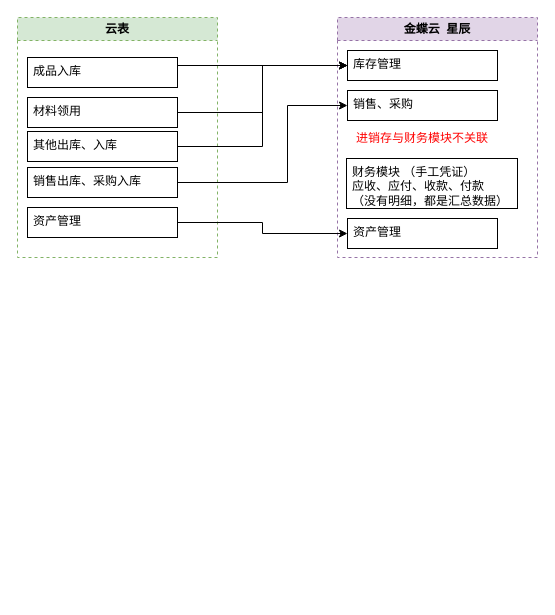
Before: build/未命名绘图.drawio in manson-yu/desktop-app, a draw.io diagram. Source tidied: cells renumbered, new cells numbered last; positions are measured from the earlier drawing's top-left corner, leaving out a move shared by most shapes. Both pictures are drawn from the tidied source at 100%, with x=0, y=0 at pixel (17, 17).
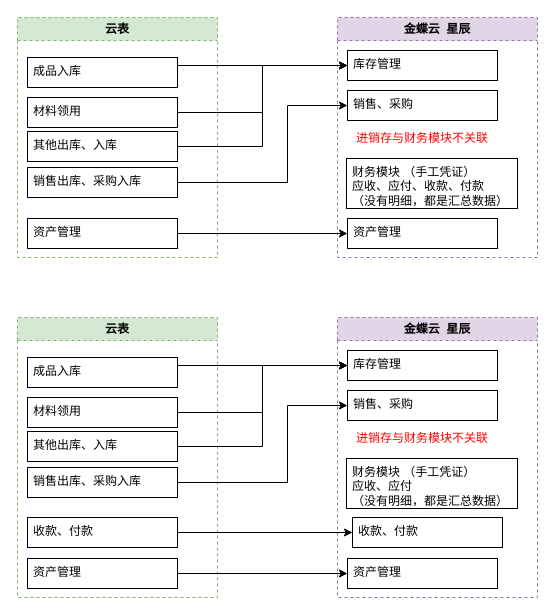
The same diagram, later.

Commit message (it also covers changes not shown here):
更新未命名绘图.drawio

Unchanged cells that the change refers to:
```xml
<mxCell id="2" value="云表" style="swimlane;whiteSpace=wrap;html=1;dashed=1;fillColor=#d5e8d4;strokeColor=#82b366;" parent="1" vertex="1">
  <mxGeometry width="200" height="240" as="geometry" />
</mxCell>
```

What changed in the source:
```diff
@@
     <mxCell id="7" value="资产管理&lt;div&gt;&lt;br&gt;&lt;/div&gt;" style="text;spacingLeft=4;spacingRight=4;overflow=hidden;points=[[0,0.5],[1,0.5]];portConstraint=eastwest;fontSize=12;whiteSpace=wrap;html=1;strokeColor=default;" parent="2" vertex="1">
-      <mxGeometry x="10" y="190" width="150" height="30" as="geometry" />
+      <mxGeometry x="10" y="201" width="150" height="30" as="geometry" />
     </mxCell>
@@
+    <mxCell id="19" value="云表" style="swimlane;whiteSpace=wrap;html=1;dashed=1;fillColor=#d5e8d4;strokeColor=#82b366;" parent="1" vertex="1">
+      <mxGeometry y="300" width="200" height="280" as="geometry" />
+    </mxCell>
+    <mxCell id="20" value="成品入库&lt;div&gt;&lt;br&gt;&lt;/div&gt;" style="text;spacingLeft=4;spacingRight=4;overflow=hidden;points=[[0,0.5],[1,0.5]];portConstraint=eastwest;fontSize=12;whiteSpace=wrap;html=1;strokeColor=default;" parent="19" vertex="1">
+      <mxGeometry x="10" y="40" width="150" height="30" as="geometry" />
+    </mxCell>
+    <mxCell id="21" value="其他出库、入库&lt;div&gt;&lt;br&gt;&lt;/div&gt;" style="text;spacingLeft=4;spacingRight=4;overflow=hidden;points=[[0,0.5],[1,0.5]];portConstraint=eastwest;fontSize=12;whiteSpace=wrap;html=1;strokeColor=default;" parent="19" vertex="1">
+      <mxGeometry x="10" y="114" width="150" height="30" as="geometry" />
+    </mxCell>
+    <mxCell id="22" value="材料领用" style="text;spacingLeft=4;spacingRight=4;overflow=hidden;points=[[0,0.5],[1,0.5]];portConstraint=eastwest;fontSize=12;whiteSpace=wrap;html=1;strokeColor=default;" parent="19" vertex="1">
+      <mxGeometry x="10" y="80" width="150" height="30" as="geometry" />
+    </mxCell>
+    <mxCell id="23" value="销售出库、采购入库&lt;div&gt;&lt;br&gt;&lt;/div&gt;" style="text;spacingLeft=4;spacingRight=4;overflow=hidden;points=[[0,0.5],[1,0.5]];portConstraint=eastwest;fontSize=12;whiteSpace=wrap;html=1;strokeColor=default;" parent="19" vertex="1">
+      <mxGeometry x="10" y="150" width="150" height="30" as="geometry" />
+    </mxCell>
+    <mxCell id="24" value="收款、付款&lt;div&gt;&lt;br&gt;&lt;/div&gt;" style="text;spacingLeft=4;spacingRight=4;overflow=hidden;points=[[0,0.5],[1,0.5]];portConstraint=eastwest;fontSize=12;whiteSpace=wrap;html=1;strokeColor=default;" parent="19" vertex="1">
+      <mxGeometry x="10" y="200" width="150" height="30" as="geometry" />
+    </mxCell>
+    <mxCell id="25" value="金蝶云&amp;nbsp; 星辰" style="swimlane;whiteSpace=wrap;html=1;dashed=1;fillColor=#e1d5e7;strokeColor=#9673a6;" parent="1" vertex="1">
+      <mxGeometry x="320" y="300" width="200" height="280" as="geometry" />
+    </mxCell>
+    <mxCell id="26" value="库存管理&lt;div&gt;&lt;br&gt;&lt;/div&gt;" style="text;spacingLeft=4;spacingRight=4;overflow=hidden;points=[[0,0.5],[1,0.5]];portConstraint=eastwest;fontSize=12;whiteSpace=wrap;html=1;strokeColor=default;" parent="25" vertex="1">
+      <mxGeometry x="10" y="33" width="150" height="30" as="geometry" />
+    </mxCell>
+    <mxCell id="27" value="财务模块 （手工凭证）&lt;div&gt;应收、应付&lt;/div&gt;&lt;div&gt;（没有明细，都是汇总数据）&lt;br&gt;&lt;div&gt;&lt;br&gt;&lt;div&gt;&lt;br&gt;&lt;/div&gt;&lt;/div&gt;&lt;/div&gt;" style="text;spacingLeft=4;spacingRight=4;overflow=hidden;fontSize=12;whiteSpace=wrap;html=1;strokeColor=default;" parent="25" vertex="1">
+      <mxGeometry x="9" y="141" width="171" height="50" as="geometry" />
+    </mxCell>
+    <mxCell id="28" value="销售、采购" style="text;spacingLeft=4;spacingRight=4;overflow=hidden;points=[[0,0.5],[1,0.5]];portConstraint=eastwest;fontSize=12;whiteSpace=wrap;html=1;strokeColor=default;" parent="25" vertex="1">
+      <mxGeometry x="10" y="73" width="150" height="30" as="geometry" />
+    </mxCell>
+    <mxCell id="29" value="进销存与财务模块不关联" style="text;strokeColor=none;align=center;fillColor=none;html=1;verticalAlign=middle;whiteSpace=wrap;rounded=0;fontColor=#FF0000;" parent="25" vertex="1">
+      <mxGeometry x="15" y="106" width="140" height="30" as="geometry" />
+    </mxCell>
+    <mxCell id="30" value="资产管理&lt;div&gt;&lt;br&gt;&lt;/div&gt;" style="text;spacingLeft=4;spacingRight=4;overflow=hidden;points=[[0,0.5],[1,0.5]];portConstraint=eastwest;fontSize=12;whiteSpace=wrap;html=1;strokeColor=default;" parent="25" vertex="1">
+      <mxGeometry x="-310" y="241" width="150" height="30" as="geometry" />
+    </mxCell>
+    <mxCell id="31" style="edgeStyle=orthogonalEdgeStyle;rounded=0;jettySize=auto;html=1;exitX=1;exitY=0.5;exitDx=0;exitDy=0;entryX=0;entryY=0.5;entryDx=0;entryDy=0;" parent="25" edge="1" source="30" target="32">
+      <mxGeometry relative="1" as="geometry" />
+    </mxCell>
+    <mxCell id="32" value="资产管理&lt;div&gt;&lt;br&gt;&lt;/div&gt;" style="text;spacingLeft=4;spacingRight=4;overflow=hidden;points=[[0,0.5],[1,0.5]];portConstraint=eastwest;fontSize=12;whiteSpace=wrap;html=1;strokeColor=default;" parent="25" vertex="1">
+      <mxGeometry x="10" y="241" width="150" height="30" as="geometry" />
+    </mxCell>
+    <mxCell id="33" value="收款、付款&lt;div&gt;&lt;br&gt;&lt;/div&gt;" style="text;spacingLeft=4;spacingRight=4;overflow=hidden;points=[[0,0.5],[1,0.5]];portConstraint=eastwest;fontSize=12;whiteSpace=wrap;html=1;strokeColor=default;" parent="25" vertex="1">
+      <mxGeometry x="15" y="200" width="150" height="30" as="geometry" />
+    </mxCell>
+    <mxCell id="34" style="edgeStyle=orthogonalEdgeStyle;rounded=0;jettySize=auto;html=1;exitX=1;exitY=0.5;exitDx=0;exitDy=0;entryX=0;entryY=0.5;entryDx=0;entryDy=0;" parent="1" edge="1" source="20" target="26">
+      <mxGeometry relative="1" as="geometry">
+        <Array as="points">
+          <mxPoint x="160" y="348" />
+        </Array>
+      </mxGeometry>
+    </mxCell>
+    <mxCell id="35" style="edgeStyle=orthogonalEdgeStyle;rounded=0;jettySize=auto;html=1;exitX=1;exitY=0.5;exitDx=0;exitDy=0;entryX=0;entryY=0.5;entryDx=0;entryDy=0;" parent="1" edge="1" source="22" target="26">
+      <mxGeometry relative="1" as="geometry" />
+    </mxCell>
+    <mxCell id="36" style="edgeStyle=orthogonalEdgeStyle;rounded=0;jettySize=auto;html=1;exitX=1;exitY=0.5;exitDx=0;exitDy=0;entryX=0;entryY=0.5;entryDx=0;entryDy=0;" parent="1" edge="1" source="21" target="26">
+      <mxGeometry relative="1" as="geometry" />
+    </mxCell>
+    <mxCell id="37" style="edgeStyle=orthogonalEdgeStyle;rounded=0;jettySize=auto;html=1;exitX=1;exitY=0.5;exitDx=0;exitDy=0;entryX=0;entryY=0.5;entryDx=0;entryDy=0;" parent="1" edge="1" source="23" target="28">
+      <mxGeometry relative="1" as="geometry">
+        <Array as="points">
+          <mxPoint x="270" y="465" />
+          <mxPoint x="270" y="388" />
+        </Array>
+      </mxGeometry>
+    </mxCell>
+    <mxCell id="38" style="edgeStyle=orthogonalEdgeStyle;rounded=0;jettySize=auto;html=1;exitX=1;exitY=0.5;exitDx=0;exitDy=0;entryX=0;entryY=0.5;entryDx=0;entryDy=0;" parent="1" edge="1" source="24" target="33">
+      <mxGeometry relative="1" as="geometry" />
+    </mxCell>
```
